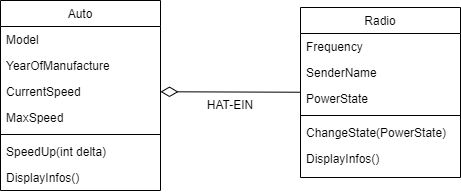
Above: src/20220509/Vererbung/images/AngabeAutoRadio.drawio.png in atillakati/csharp-aufbau-2022-trainer (draw.io), before the change. Source tidied: cells renumbered, new cells last; positions are measured from the earlier drawing's top-left corner, leaving out a move shared by most shapes. Source of this version:
```xml
<mxGraphModel>
  <root>
    <mxCell id="0" />
    <mxCell id="1" parent="0" />
    <mxCell id="2" value="Auto" style="swimlane;fontStyle=0;align=center;verticalAlign=top;horizontal=1;startSize=26;rounded=0;shadow=0;strokeWidth=1;" parent="1" vertex="1">
      <mxGeometry width="160" height="190" as="geometry" />
    </mxCell>
    <mxCell id="3" value="Model" style="text;align=left;verticalAlign=top;spacingLeft=4;spacingRight=4;overflow=hidden;" parent="2" vertex="1">
      <mxGeometry y="26" width="160" height="26" as="geometry" />
    </mxCell>
    <mxCell id="4" value="YearOfManufacture" style="text;align=left;verticalAlign=top;spacingLeft=4;spacingRight=4;overflow=hidden;rounded=0;shadow=0;html=0;" parent="2" vertex="1">
      <mxGeometry y="52" width="160" height="26" as="geometry" />
    </mxCell>
    <mxCell id="5" value="CurrentSpeed" style="text;align=left;verticalAlign=top;spacingLeft=4;spacingRight=4;overflow=hidden;points=[[0,0.5],[1,0.5]];portConstraint=eastwest;rounded=0;shadow=0;html=0;" parent="2" vertex="1">
      <mxGeometry y="78" width="160" height="26" as="geometry" />
    </mxCell>
    <mxCell id="6" value="MaxSpeed" style="text;align=left;verticalAlign=top;spacingLeft=4;spacingRight=4;overflow=hidden;rounded=0;shadow=0;html=0;" parent="2" vertex="1">
      <mxGeometry y="104" width="160" height="26" as="geometry" />
    </mxCell>
    <mxCell id="7" style="line;html=1;strokeWidth=1;align=left;verticalAlign=middle;spacingTop=-1;spacingLeft=3;spacingRight=3;labelPosition=right;" parent="2" vertex="1">
      <mxGeometry y="130" width="160" height="8" as="geometry" />
    </mxCell>
    <mxCell id="8" value="SpeedUp(int delta)" style="text;align=left;verticalAlign=top;spacingLeft=4;spacingRight=4;overflow=hidden;" parent="2" vertex="1">
      <mxGeometry y="138" width="160" height="26" as="geometry" />
    </mxCell>
    <mxCell id="9" value="DisplayInfos()" style="text;align=left;verticalAlign=top;spacingLeft=4;spacingRight=4;overflow=hidden;" parent="2" vertex="1">
      <mxGeometry y="164" width="160" height="26" as="geometry" />
    </mxCell>
    <mxCell id="10" value="Radio" style="swimlane;fontStyle=0;align=center;verticalAlign=top;horizontal=1;startSize=26;rounded=0;shadow=0;strokeWidth=1;" parent="1" vertex="1">
      <mxGeometry x="300" y="7" width="160" height="170" as="geometry" />
    </mxCell>
    <mxCell id="11" value="Frequency" style="text;align=left;verticalAlign=top;spacingLeft=4;spacingRight=4;overflow=hidden;" parent="10" vertex="1">
      <mxGeometry y="26" width="160" height="26" as="geometry" />
    </mxCell>
    <mxCell id="12" value="SenderName" style="text;align=left;verticalAlign=top;spacingLeft=4;spacingRight=4;overflow=hidden;rounded=0;shadow=0;html=0;" parent="10" vertex="1">
      <mxGeometry y="52" width="160" height="26" as="geometry" />
    </mxCell>
    <mxCell id="13" value="PowerState" style="text;align=left;verticalAlign=top;spacingLeft=4;spacingRight=4;overflow=hidden;rounded=0;shadow=0;html=0;" parent="10" vertex="1">
      <mxGeometry y="78" width="160" height="26" as="geometry" />
    </mxCell>
    <mxCell id="14" style="line;html=1;strokeWidth=1;align=left;verticalAlign=middle;spacingTop=-1;spacingLeft=3;spacingRight=3;labelPosition=right;" parent="10" vertex="1">
      <mxGeometry y="104" width="160" height="8" as="geometry" />
    </mxCell>
    <mxCell id="15" value="ChangeState(PowerState)" style="text;align=left;verticalAlign=top;spacingLeft=4;spacingRight=4;overflow=hidden;" parent="10" vertex="1">
      <mxGeometry y="112" width="160" height="26" as="geometry" />
    </mxCell>
    <mxCell id="16" value="DisplayInfos()" style="text;align=left;verticalAlign=top;spacingLeft=4;spacingRight=4;overflow=hidden;" parent="10" vertex="1">
      <mxGeometry y="138" width="160" height="26" as="geometry" />
    </mxCell>
    <mxCell id="17" style="edgeStyle=none;html=1;startArrow=diamondThin;startFill=0;startSize=15;endArrow=none;endFill=0;" parent="1" edge="1" source="5" target="10">
      <mxGeometry relative="1" as="geometry" />
    </mxCell>
    <mxCell id="18" value="HAT-EIN" style="text;html=1;strokeColor=none;fillColor=none;align=center;verticalAlign=middle;whiteSpace=wrap;rounded=0;" parent="1" vertex="1">
      <mxGeometry x="200" y="90" width="60" height="30" as="geometry" />
    </mxCell>
  </root>
</mxGraphModel>
```
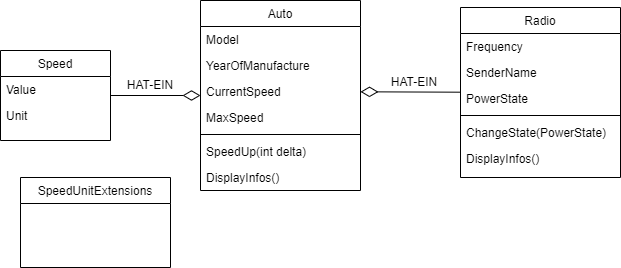
After the commit.

What changed in the source:
```diff
@@ -3,7 +3,7 @@
     <mxCell id="0" />
     <mxCell id="1" parent="0" />
     <mxCell id="2" value="Auto" style="swimlane;fontStyle=0;align=center;verticalAlign=top;horizontal=1;startSize=26;rounded=0;shadow=0;strokeWidth=1;" parent="1" vertex="1">
-      <mxGeometry width="160" height="190" as="geometry" />
+      <mxGeometry x="150" width="160" height="190" as="geometry" />
     </mxCell>
     <mxCell id="3" value="Model" style="text;align=left;verticalAlign=top;spacingLeft=4;spacingRight=4;overflow=hidden;" parent="2" vertex="1">
       <mxGeometry y="26" width="160" height="26" as="geometry" />
@@ -27,7 +27,7 @@
       <mxGeometry y="164" width="160" height="26" as="geometry" />
     </mxCell>
     <mxCell id="10" value="Radio" style="swimlane;fontStyle=0;align=center;verticalAlign=top;horizontal=1;startSize=26;rounded=0;shadow=0;strokeWidth=1;" parent="1" vertex="1">
-      <mxGeometry x="300" y="7" width="160" height="170" as="geometry" />
+      <mxGeometry x="410" y="7" width="160" height="170" as="geometry" />
     </mxCell>
     <mxCell id="11" value="Frequency" style="text;align=left;verticalAlign=top;spacingLeft=4;spacingRight=4;overflow=hidden;" parent="10" vertex="1">
       <mxGeometry y="26" width="160" height="26" as="geometry" />
@@ -51,7 +51,25 @@
       <mxGeometry relative="1" as="geometry" />
     </mxCell>
     <mxCell id="18" value="HAT-EIN" style="text;html=1;strokeColor=none;fillColor=none;align=center;verticalAlign=middle;whiteSpace=wrap;rounded=0;" parent="1" vertex="1">
-      <mxGeometry x="200" y="90" width="60" height="30" as="geometry" />
+      <mxGeometry x="333.5" y="67" width="60" height="30" as="geometry" />
     </mxCell>
+    <mxCell id="19" style="edgeStyle=orthogonalEdgeStyle;html=1;rounded=0;endArrow=diamondThin;endFill=0;startSize=6;endSize=15;" parent="1" edge="1" source="20" target="2">
+      <mxGeometry relative="1" as="geometry" />
+    </mxCell>
+    <mxCell id="20" value="Speed" style="swimlane;fontStyle=0;align=center;verticalAlign=top;horizontal=1;startSize=26;rounded=0;shadow=0;strokeWidth=1;" parent="1" vertex="1">
+      <mxGeometry x="-50" y="50" width="110" height="90" as="geometry" />
+    </mxCell>
+    <mxCell id="21" value="Value" style="text;align=left;verticalAlign=top;spacingLeft=4;spacingRight=4;overflow=hidden;" parent="20" vertex="1">
+      <mxGeometry y="26" width="110" height="26" as="geometry" />
+    </mxCell>
+    <mxCell id="22" value="Unit" style="text;align=left;verticalAlign=top;spacingLeft=4;spacingRight=4;overflow=hidden;rounded=0;shadow=0;html=0;" parent="20" vertex="1">
+      <mxGeometry y="52" width="110" height="26" as="geometry" />
+    </mxCell>
+    <mxCell id="23" value="HAT-EIN" style="text;html=1;strokeColor=none;fillColor=none;align=center;verticalAlign=middle;whiteSpace=wrap;rounded=0;" parent="1" vertex="1">
+      <mxGeometry x="70" y="70" width="60" height="30" as="geometry" />
+    </mxCell>
+    <mxCell id="24" value="SpeedUnitExtensions" style="swimlane;fontStyle=0;align=center;verticalAlign=top;horizontal=1;startSize=26;rounded=0;shadow=0;strokeWidth=1;" parent="1" vertex="1">
+      <mxGeometry x="-30" y="177" width="150" height="90" as="geometry" />
+    </mxCell>
   </root>
 </mxGraphModel>
```
